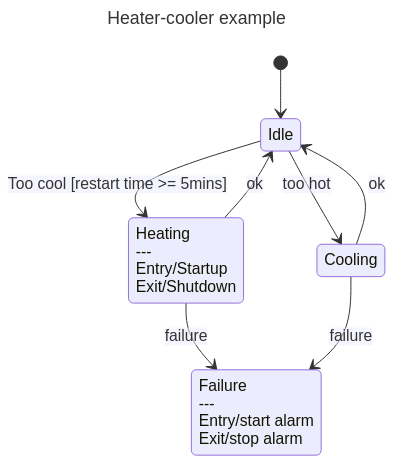
Earlier version of the Mermaid export docs/diagrams/src/state.mmd.png (mikaeleythor/embe-assignment-3.1). Its source is kept beside it as docs/diagrams/src/state.mmd. The source it was exported from:
```mermaid
---
title: Heater-cooler example
---
stateDiagram-v2
    [*] --> Idle
    Heating : Heating\n---\nEntry/Startup\nExit/Shutdown
    Idle --> Heating : Too cool [restart time >= 5mins]
    Heating --> Idle : ok
    Failure : Failure\n---\nEntry/start alarm\nExit/stop alarm
    Heating --> Failure : failure
    Idle --> Cooling : too hot
    Cooling --> Idle : ok
    Cooling --> Failure : failure
```
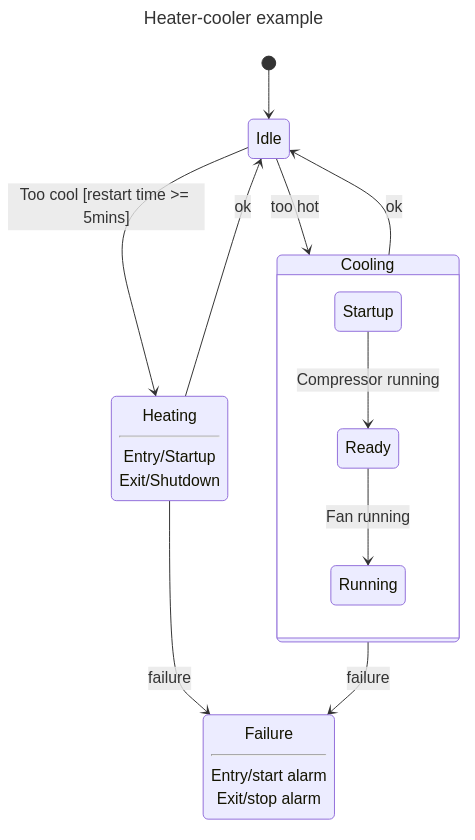
The same diagram one commit later.

Commit message:
updated state diagram

What changed in the source:
```diff
@@ -3,11 +3,15 @@
 ---
 stateDiagram-v2
     [*] --> Idle
-    Heating : Heating\n---\nEntry/Startup\nExit/Shutdown
+    Heating : Heating<hr>Entry/Startup<br>Exit/Shutdown
     Idle --> Heating : Too cool [restart time >= 5mins]
     Heating --> Idle : ok
-    Failure : Failure\n---\nEntry/start alarm\nExit/stop alarm
+    Failure : Failure<hr>Entry/start alarm<br>Exit/stop alarm
     Heating --> Failure : failure
+    state Cooling {
+      Startup --> Ready : Compressor running
+      Ready --> Running : Fan running
+    }
     Idle --> Cooling : too hot
     Cooling --> Idle : ok
     Cooling --> Failure : failure
```
